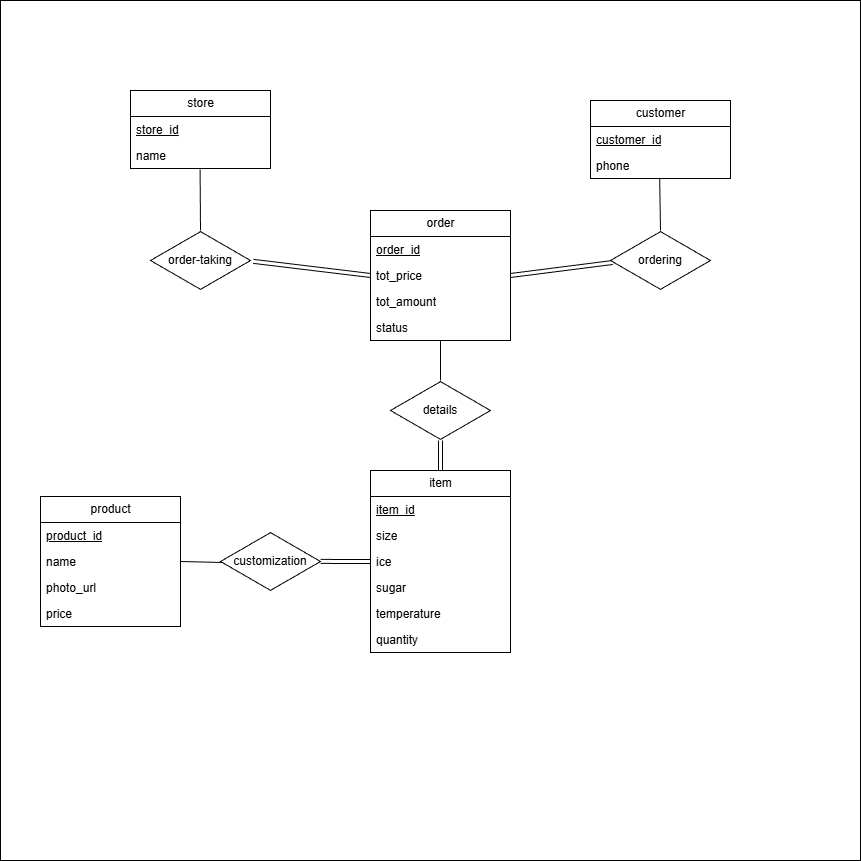
This is structure_pic/er model.drawio.png from chuan-ccw/-, a draw.io export, as it was before one commit. Source tidied: cells renumbered, new cells last; positions are measured from the earlier drawing's top-left corner, leaving out a move shared by most shapes. The source it was exported from:
```xml
<mxGraphModel>
  <root>
    <mxCell id="0" />
    <mxCell id="1" parent="0" />
    <mxCell id="2" style="whiteSpace=wrap;html=1;" parent="1" vertex="1">
      <mxGeometry width="860" height="860" as="geometry" />
    </mxCell>
    <mxCell id="3" value="customer" style="swimlane;fontStyle=0;horizontal=1;startSize=26;fillColor=none;html=1;" parent="1" vertex="1">
      <mxGeometry x="590" y="100" width="140" height="78" as="geometry" />
    </mxCell>
    <mxCell id="4" value="&lt;u&gt;customer_id&lt;/u&gt;" style="text;strokeColor=none;fillColor=none;align=left;verticalAlign=top;spacingLeft=4;spacingRight=4;overflow=hidden;whiteSpace=wrap;html=1;" parent="3" vertex="1">
      <mxGeometry y="26" width="140" height="26" as="geometry" />
    </mxCell>
    <mxCell id="5" value="phone" style="text;strokeColor=none;fillColor=none;align=left;verticalAlign=top;spacingLeft=4;spacingRight=4;overflow=hidden;points=[[0,0.5],[1,0.5]];portConstraint=eastwest;whiteSpace=wrap;html=1;" parent="3" vertex="1">
      <mxGeometry y="52" width="140" height="26" as="geometry" />
    </mxCell>
    <mxCell id="6" value="order" style="swimlane;fontStyle=0;horizontal=1;startSize=26;fillColor=none;html=1;" parent="1" vertex="1">
      <mxGeometry x="370" y="210" width="140" height="130" as="geometry" />
    </mxCell>
    <mxCell id="7" value="&lt;u&gt;order_id&lt;/u&gt;" style="text;strokeColor=none;fillColor=none;align=left;verticalAlign=top;spacingLeft=4;spacingRight=4;overflow=hidden;whiteSpace=wrap;html=1;" parent="6" vertex="1">
      <mxGeometry y="26" width="140" height="26" as="geometry" />
    </mxCell>
    <mxCell id="8" value="tot_price" style="text;strokeColor=none;fillColor=none;align=left;verticalAlign=top;spacingLeft=4;spacingRight=4;overflow=hidden;points=[[0,0.5],[1,0.5]];portConstraint=eastwest;whiteSpace=wrap;html=1;" parent="6" vertex="1">
      <mxGeometry y="52" width="140" height="26" as="geometry" />
    </mxCell>
    <mxCell id="9" value="tot_amount" style="text;strokeColor=none;fillColor=none;align=left;verticalAlign=top;spacingLeft=4;spacingRight=4;overflow=hidden;whiteSpace=wrap;html=1;" parent="6" vertex="1">
      <mxGeometry y="78" width="140" height="26" as="geometry" />
    </mxCell>
    <mxCell id="10" value="status" style="text;strokeColor=none;fillColor=none;align=left;verticalAlign=top;spacingLeft=4;spacingRight=4;overflow=hidden;whiteSpace=wrap;html=1;" parent="6" vertex="1">
      <mxGeometry y="104" width="140" height="26" as="geometry" />
    </mxCell>
    <mxCell id="11" value="item" style="swimlane;fontStyle=0;horizontal=1;startSize=26;fillColor=none;html=1;" parent="1" vertex="1">
      <mxGeometry x="370" y="470" width="140" height="182" as="geometry" />
    </mxCell>
    <mxCell id="12" value="&lt;u&gt;item_id&lt;/u&gt;" style="text;strokeColor=none;fillColor=none;align=left;verticalAlign=top;spacingLeft=4;spacingRight=4;overflow=hidden;whiteSpace=wrap;html=1;" parent="11" vertex="1">
      <mxGeometry y="26" width="140" height="26" as="geometry" />
    </mxCell>
    <mxCell id="13" value="size" style="text;strokeColor=none;fillColor=none;align=left;verticalAlign=top;spacingLeft=4;spacingRight=4;overflow=hidden;whiteSpace=wrap;html=1;" parent="11" vertex="1">
      <mxGeometry y="52" width="140" height="26" as="geometry" />
    </mxCell>
    <mxCell id="14" value="ice" style="text;strokeColor=none;fillColor=none;align=left;verticalAlign=top;spacingLeft=4;spacingRight=4;overflow=hidden;points=[[0,0.5],[1,0.5]];portConstraint=eastwest;whiteSpace=wrap;html=1;" parent="11" vertex="1">
      <mxGeometry y="78" width="140" height="26" as="geometry" />
    </mxCell>
    <mxCell id="15" value="sugar" style="text;strokeColor=none;fillColor=none;align=left;verticalAlign=top;spacingLeft=4;spacingRight=4;overflow=hidden;whiteSpace=wrap;html=1;" parent="11" vertex="1">
      <mxGeometry y="104" width="140" height="26" as="geometry" />
    </mxCell>
    <mxCell id="16" value="temperature" style="text;strokeColor=none;fillColor=none;align=left;verticalAlign=top;spacingLeft=4;spacingRight=4;overflow=hidden;whiteSpace=wrap;html=1;" parent="11" vertex="1">
      <mxGeometry y="130" width="140" height="26" as="geometry" />
    </mxCell>
    <mxCell id="17" value="quantity" style="text;strokeColor=none;fillColor=none;align=left;verticalAlign=top;spacingLeft=4;spacingRight=4;overflow=hidden;whiteSpace=wrap;html=1;" parent="11" vertex="1">
      <mxGeometry y="156" width="140" height="26" as="geometry" />
    </mxCell>
    <mxCell id="18" value="product" style="swimlane;fontStyle=0;horizontal=1;startSize=26;fillColor=none;html=1;" parent="1" vertex="1">
      <mxGeometry x="40" y="496" width="140" height="130" as="geometry" />
    </mxCell>
    <mxCell id="19" value="&lt;u&gt;product_id&lt;/u&gt;" style="text;strokeColor=none;fillColor=none;align=left;verticalAlign=top;spacingLeft=4;spacingRight=4;overflow=hidden;whiteSpace=wrap;html=1;" parent="18" vertex="1">
      <mxGeometry y="26" width="140" height="26" as="geometry" />
    </mxCell>
    <mxCell id="20" value="name" style="text;strokeColor=none;fillColor=none;align=left;verticalAlign=top;spacingLeft=4;spacingRight=4;overflow=hidden;points=[[0,0.5],[1,0.5]];portConstraint=eastwest;whiteSpace=wrap;html=1;" parent="18" vertex="1">
      <mxGeometry y="52" width="140" height="26" as="geometry" />
    </mxCell>
    <mxCell id="21" value="photo_url" style="text;strokeColor=none;fillColor=none;align=left;verticalAlign=top;spacingLeft=4;spacingRight=4;overflow=hidden;whiteSpace=wrap;html=1;" parent="18" vertex="1">
      <mxGeometry y="78" width="140" height="26" as="geometry" />
    </mxCell>
    <mxCell id="22" value="price" style="text;strokeColor=none;fillColor=none;align=left;verticalAlign=top;spacingLeft=4;spacingRight=4;overflow=hidden;whiteSpace=wrap;html=1;" parent="18" vertex="1">
      <mxGeometry y="104" width="140" height="26" as="geometry" />
    </mxCell>
    <mxCell id="23" value="store" style="swimlane;fontStyle=0;horizontal=1;startSize=26;fillColor=none;html=1;" parent="1" vertex="1">
      <mxGeometry x="130" y="90" width="140" height="78" as="geometry" />
    </mxCell>
    <mxCell id="24" value="&lt;u&gt;store_id&lt;/u&gt;" style="text;strokeColor=none;fillColor=none;align=left;verticalAlign=top;spacingLeft=4;spacingRight=4;overflow=hidden;whiteSpace=wrap;html=1;" parent="23" vertex="1">
      <mxGeometry y="26" width="140" height="26" as="geometry" />
    </mxCell>
    <mxCell id="25" value="name" style="text;strokeColor=none;fillColor=none;align=left;verticalAlign=top;spacingLeft=4;spacingRight=4;overflow=hidden;points=[[0,0.5],[1,0.5]];portConstraint=eastwest;whiteSpace=wrap;html=1;" parent="23" vertex="1">
      <mxGeometry y="52" width="140" height="26" as="geometry" />
    </mxCell>
    <mxCell id="26" value="&lt;span&gt;customization&lt;/span&gt;" style="html=1;whiteSpace=wrap;shape=isoRectangle;" parent="1" vertex="1">
      <mxGeometry x="220" y="531" width="100" height="60" as="geometry" />
    </mxCell>
    <mxCell id="27" style="edgeStyle=orthogonalEdgeStyle;shape=link;rounded=0;jettySize=auto;html=1;exitX=0;exitY=0.5;exitDx=0;exitDy=0;entryX=1;entryY=0.498;entryDx=0;entryDy=0;entryPerimeter=0;" parent="1" edge="1" source="14" target="26">
      <mxGeometry relative="1" as="geometry" />
    </mxCell>
    <mxCell id="28" value="&lt;span&gt;details&lt;/span&gt;" style="html=1;whiteSpace=wrap;shape=isoRectangle;" parent="1" vertex="1">
      <mxGeometry x="390" y="380" width="100" height="60" as="geometry" />
    </mxCell>
    <mxCell id="29" value="order-taking" style="html=1;whiteSpace=wrap;shape=isoRectangle;" parent="1" vertex="1">
      <mxGeometry x="150" y="230" width="100" height="60" as="geometry" />
    </mxCell>
    <mxCell id="30" value="ordering" style="html=1;whiteSpace=wrap;shape=isoRectangle;" parent="1" vertex="1">
      <mxGeometry x="610" y="230" width="100" height="60" as="geometry" />
    </mxCell>
    <mxCell id="31" style="edgeStyle=none;shape=link;rounded=0;jettySize=auto;html=1;exitX=0.5;exitY=0;exitDx=0;exitDy=0;" parent="1" edge="1" source="11">
      <mxGeometry relative="1" as="geometry">
        <mxPoint x="440" y="440" as="targetPoint" />
      </mxGeometry>
    </mxCell>
    <mxCell id="32" style="edgeStyle=none;rounded=0;orthogonalLoop=1;jettySize=auto;html=1;endArrow=none;endFill=0;" parent="1" edge="1">
      <mxGeometry relative="1" as="geometry">
        <mxPoint x="440" y="340" as="sourcePoint" />
        <mxPoint x="440" y="380" as="targetPoint" />
      </mxGeometry>
    </mxCell>
    <mxCell id="33" style="edgeStyle=none;rounded=0;jettySize=auto;html=1;exitX=0;exitY=0.5;exitDx=0;exitDy=0;entryX=1.027;entryY=0.514;entryDx=0;entryDy=0;entryPerimeter=0;shape=link;" parent="1" edge="1" source="8" target="29">
      <mxGeometry relative="1" as="geometry" />
    </mxCell>
    <mxCell id="34" style="edgeStyle=none;rounded=0;jettySize=auto;html=1;exitX=1;exitY=0.5;exitDx=0;exitDy=0;entryX=0.021;entryY=0.533;entryDx=0;entryDy=0;entryPerimeter=0;shape=link;" parent="1" edge="1" source="8" target="30">
      <mxGeometry relative="1" as="geometry" />
    </mxCell>
    <mxCell id="35" style="edgeStyle=none;rounded=0;jettySize=auto;html=1;exitX=0.497;exitY=1.033;exitDx=0;exitDy=0;exitPerimeter=0;endArrow=none;endFill=0;" parent="1" edge="1" source="25">
      <mxGeometry relative="1" as="geometry">
        <mxPoint x="200" y="230" as="targetPoint" />
      </mxGeometry>
    </mxCell>
    <mxCell id="36" style="edgeStyle=none;rounded=0;jettySize=auto;html=1;exitX=0.494;exitY=0.977;exitDx=0;exitDy=0;endArrow=none;endFill=0;exitPerimeter=0;" parent="1" edge="1" source="5">
      <mxGeometry relative="1" as="geometry">
        <mxPoint x="660" y="230" as="targetPoint" />
      </mxGeometry>
    </mxCell>
    <mxCell id="37" style="edgeStyle=none;rounded=0;jettySize=auto;html=1;exitX=1;exitY=0.5;exitDx=0;exitDy=0;entryX=0.03;entryY=0.517;entryDx=0;entryDy=0;entryPerimeter=0;endArrow=none;endFill=0;" parent="1" edge="1" source="20" target="26">
      <mxGeometry relative="1" as="geometry" />
    </mxCell>
  </root>
</mxGraphModel>
```
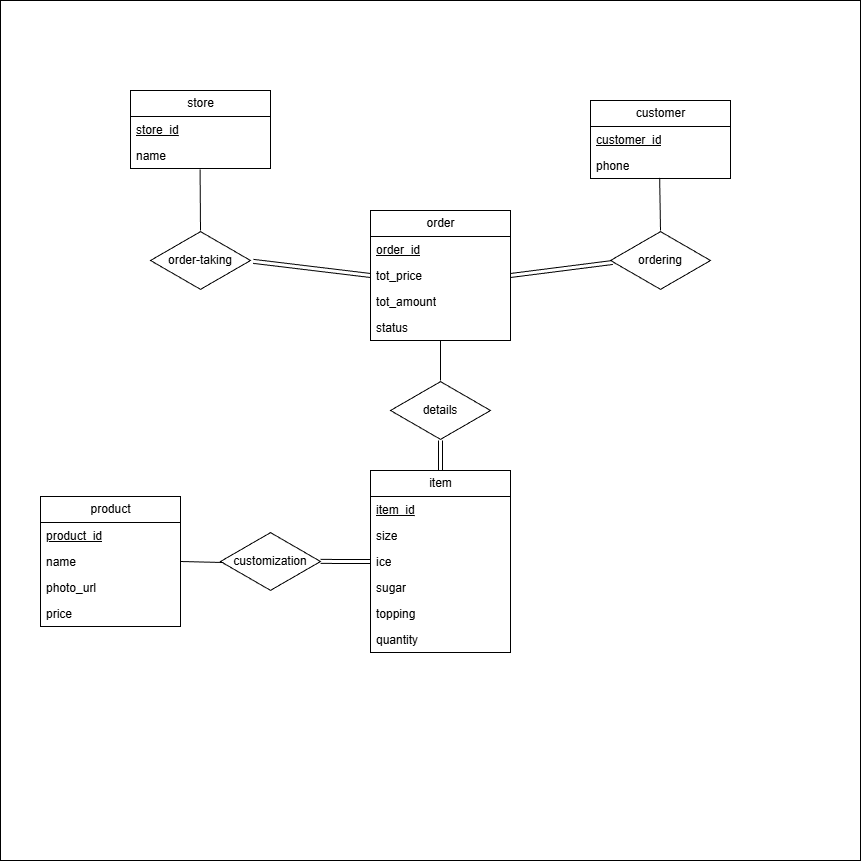
Above is the later version.

The edit, as a diff of the source:
```diff
@@ -44,7 +44,7 @@
     <mxCell id="15" value="sugar" style="text;strokeColor=none;fillColor=none;align=left;verticalAlign=top;spacingLeft=4;spacingRight=4;overflow=hidden;whiteSpace=wrap;html=1;" parent="11" vertex="1">
       <mxGeometry y="104" width="140" height="26" as="geometry" />
     </mxCell>
-    <mxCell id="16" value="temperature" style="text;strokeColor=none;fillColor=none;align=left;verticalAlign=top;spacingLeft=4;spacingRight=4;overflow=hidden;whiteSpace=wrap;html=1;" parent="11" vertex="1">
+    <mxCell id="16" value="topping" style="text;strokeColor=none;fillColor=none;align=left;verticalAlign=top;spacingLeft=4;spacingRight=4;overflow=hidden;whiteSpace=wrap;html=1;" parent="11" vertex="1">
       <mxGeometry y="130" width="140" height="26" as="geometry" />
     </mxCell>
     <mxCell id="17" value="quantity" style="text;strokeColor=none;fillColor=none;align=left;verticalAlign=top;spacingLeft=4;spacingRight=4;overflow=hidden;whiteSpace=wrap;html=1;" parent="11" vertex="1">
```
